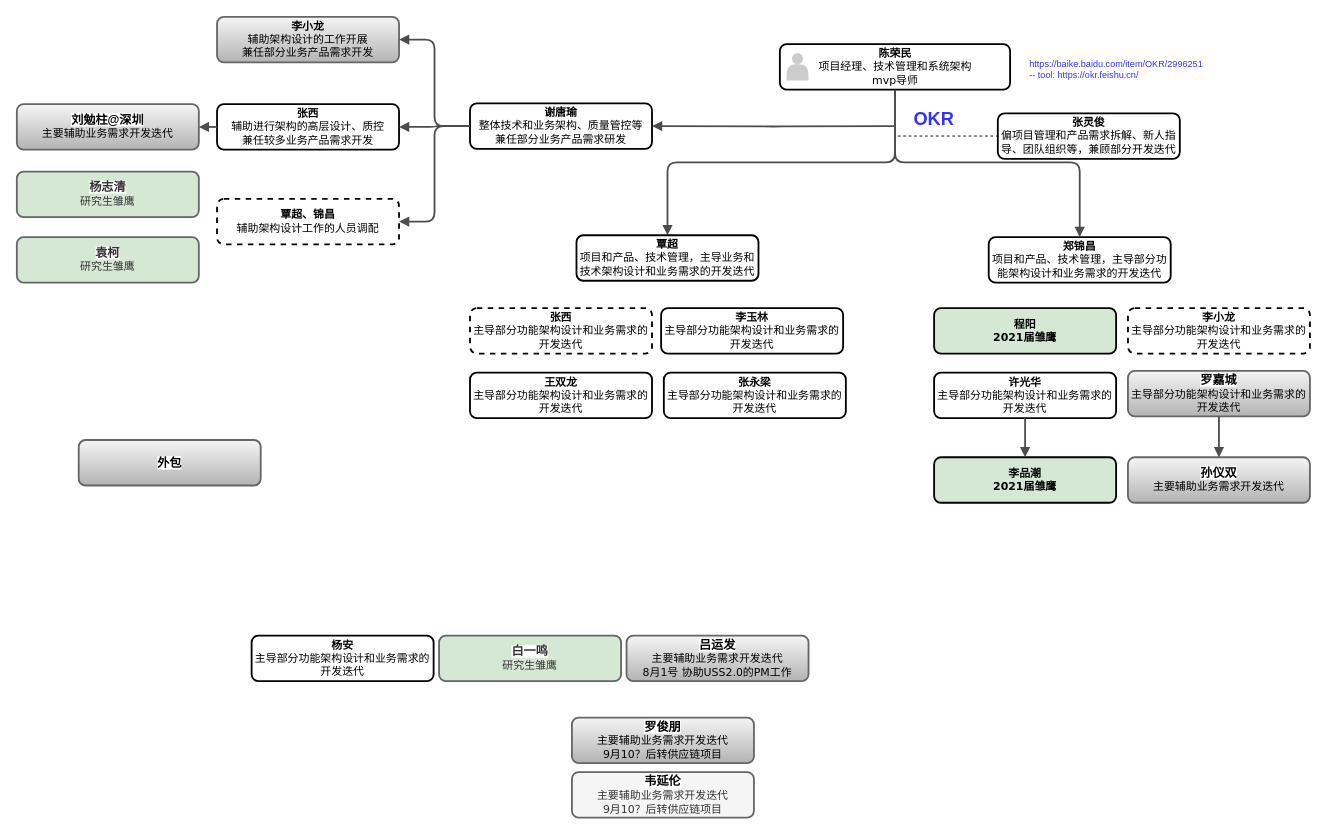
Earlier version of the draw.io diagram tshop/组织架构.drawio (lawplus/diagrams). Source tidied: cells renumbered, new cells numbered last; positions are measured from the earlier drawing's top-left corner, leaving out a move shared by most shapes. Both pictures are drawn from the tidied source at 91%, with x=0, y=0 at pixel (16, 16).
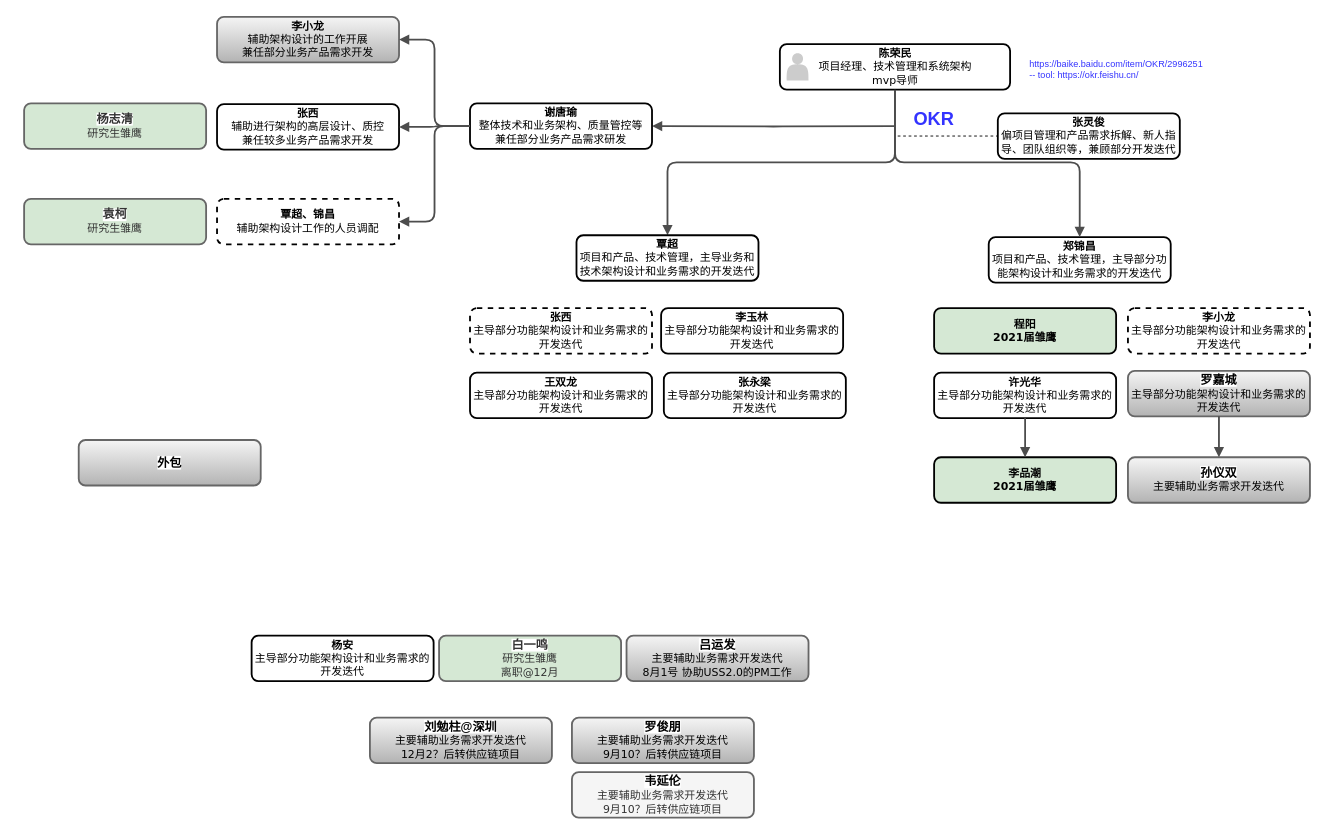
After the change.

The change refers to these unchanged cells:
```xml
<mxCell id="8" value="&lt;div&gt;张西&lt;/div&gt;&lt;div&gt;&lt;span style=&quot;font-weight: normal&quot;&gt;辅助进行架构的高层设计、质控&lt;/span&gt;&lt;/div&gt;&lt;div&gt;&lt;span style=&quot;font-weight: normal&quot;&gt;兼任较多业务产品需求开发&lt;/span&gt;&lt;/div&gt;" style="whiteSpace=wrap;html=1;rounded=1;shadow=0;comic=0;strokeWidth=2;fontFamily=Verdana;align=center;fontSize=12;fontStyle=1;" parent="1" vertex="1">
  <mxGeometry x="220" y="96" width="200" height="50" as="geometry" />
</mxCell>
```

The edit, as a diff of the source:
```diff
@@
-    <mxCell id="10" value="&lt;div&gt;&lt;span style=&quot;font-family: &amp;#34;arial&amp;#34; ; font-size: 13.3333px ; text-align: left ; background-color: rgb(255 , 255 , 255)&quot;&gt;刘勉柱@深圳&lt;/span&gt;&lt;br&gt;&lt;/div&gt;&lt;div&gt;&lt;span style=&quot;font-weight: normal&quot;&gt;主要辅助业务需求开发迭代&lt;/span&gt;&lt;/div&gt;" style="whiteSpace=wrap;html=1;rounded=1;shadow=0;comic=0;strokeWidth=2;fontFamily=Verdana;align=center;fontSize=12;fontStyle=1;fillColor=#f5f5f5;strokeColor=#666666;gradientColor=#b3b3b3;" parent="1" vertex="1">
-      <mxGeometry y="96" width="200" height="50" as="geometry" />
+    <mxCell id="10" value="&lt;div&gt;&lt;span style=&quot;font-family: &amp;#34;arial&amp;#34; ; font-size: 13.3333px ; text-align: left ; background-color: rgb(255 , 255 , 255)&quot;&gt;刘勉柱@深圳&lt;/span&gt;&lt;br&gt;&lt;/div&gt;&lt;div&gt;&lt;span style=&quot;font-weight: normal&quot;&gt;主要辅助业务需求开发迭代&lt;/span&gt;&lt;/div&gt;&lt;div&gt;&lt;span style=&quot;font-weight: normal&quot;&gt;12月2？后转供应链项目&lt;/span&gt;&lt;/div&gt;" style="whiteSpace=wrap;html=1;rounded=1;shadow=0;comic=0;strokeWidth=2;fontFamily=Verdana;align=center;fontSize=12;fontStyle=1;fillColor=#f5f5f5;strokeColor=#666666;gradientColor=#b3b3b3;" parent="1" vertex="1">
+      <mxGeometry x="388" y="770" width="200" height="50" as="geometry" />
     </mxCell>
@@
-    <mxCell id="27" style="edgeStyle=orthogonalEdgeStyle;rounded=1;html=1;labelBackgroundColor=none;endArrow=block;endFill=1;strokeColor=#4D4D4D;strokeWidth=2;fontFamily=Verdana;fontSize=12;fontStyle=1;entryX=1;entryY=0.5;entryDx=0;entryDy=0;exitX=0;exitY=0.5;exitDx=0;exitDy=0;" parent="1" edge="1" source="8" target="10">
-      <mxGeometry relative="1" as="geometry" />
-    </mxCell>
@@
     <mxCell id="35" value="&lt;div&gt;&lt;span style=&quot;text-align: left ; background-color: rgb(255 , 255 , 255)&quot;&gt;&lt;font face=&quot;arial&quot;&gt;&lt;span style=&quot;font-size: 13.3333px&quot;&gt;杨志清&lt;/span&gt;&lt;/font&gt;&lt;/span&gt;&lt;br&gt;&lt;/div&gt;&lt;div&gt;&lt;span style=&quot;font-weight: normal&quot;&gt;研究生雏鹰&lt;/span&gt;&lt;/div&gt;" style="whiteSpace=wrap;html=1;rounded=1;shadow=0;comic=0;strokeWidth=2;fontFamily=Verdana;align=center;fontSize=12;fontStyle=1;fillColor=#D5E8D4;strokeColor=#666666;fontColor=#333333;" parent="1" vertex="1">
-      <mxGeometry y="170" width="200" height="50" as="geometry" />
+      <mxGeometry x="8" y="95" width="200" height="50" as="geometry" />
     </mxCell>
-    <mxCell id="36" value="&lt;div&gt;&lt;span style=&quot;text-align: left ; background-color: rgb(255 , 255 , 255)&quot;&gt;&lt;font face=&quot;arial&quot;&gt;&lt;span style=&quot;font-size: 13.3333px&quot;&gt;白一鸣&lt;/span&gt;&lt;/font&gt;&lt;/span&gt;&lt;br&gt;&lt;/div&gt;&lt;div&gt;&lt;span style=&quot;font-weight: normal&quot;&gt;研究生雏鹰&lt;/span&gt;&lt;/div&gt;" style="whiteSpace=wrap;html=1;rounded=1;shadow=0;comic=0;strokeWidth=2;fontFamily=Verdana;align=center;fontSize=12;fontStyle=1;fillColor=#D5E8D4;strokeColor=#666666;fontColor=#333333;" parent="1" vertex="1">
+    <mxCell id="36" value="&lt;div&gt;&lt;span style=&quot;text-align: left ; background-color: rgb(255 , 255 , 255)&quot;&gt;&lt;font face=&quot;arial&quot;&gt;&lt;span style=&quot;font-size: 13.3333px&quot;&gt;白一鸣&lt;/span&gt;&lt;/font&gt;&lt;/span&gt;&lt;br&gt;&lt;/div&gt;&lt;div&gt;&lt;span style=&quot;font-weight: normal&quot;&gt;研究生雏鹰&lt;/span&gt;&lt;/div&gt;&lt;div&gt;&lt;span style=&quot;font-weight: normal&quot;&gt;离职@12月&lt;/span&gt;&lt;/div&gt;" style="whiteSpace=wrap;html=1;rounded=1;shadow=0;comic=0;strokeWidth=2;fontFamily=Verdana;align=center;fontSize=12;fontStyle=1;fillColor=#D5E8D4;strokeColor=#666666;fontColor=#333333;" parent="1" vertex="1">
       <mxGeometry x="464" y="680" width="200" height="50" as="geometry" />
     </mxCell>
     <mxCell id="37" value="&lt;div&gt;&lt;span style=&quot;text-align: left ; background-color: rgb(255 , 255 , 255)&quot;&gt;&lt;font face=&quot;arial&quot;&gt;&lt;span style=&quot;font-size: 13.3333px&quot;&gt;袁柯&lt;/span&gt;&lt;/font&gt;&lt;/span&gt;&lt;br&gt;&lt;/div&gt;&lt;div&gt;&lt;span style=&quot;font-weight: normal&quot;&gt;研究生雏鹰&lt;/span&gt;&lt;/div&gt;" style="whiteSpace=wrap;html=1;rounded=1;shadow=0;comic=0;strokeWidth=2;fontFamily=Verdana;align=center;fontSize=12;fontStyle=1;fillColor=#D5E8D4;strokeColor=#666666;fontColor=#333333;" parent="1" vertex="1">
-      <mxGeometry y="242" width="200" height="50" as="geometry" />
+      <mxGeometry x="8" y="200" width="200" height="50" as="geometry" />
     </mxCell>
```
